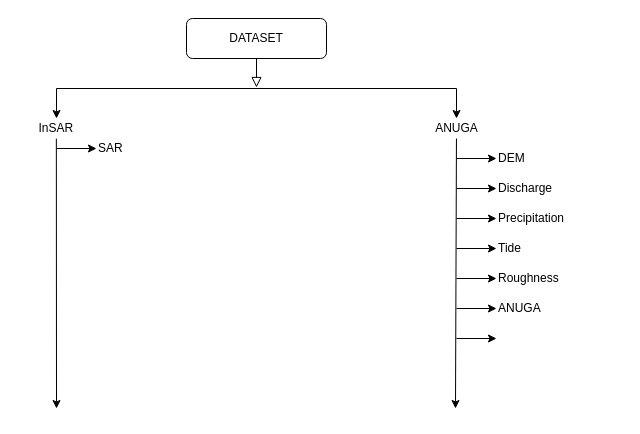
Earlier version of the draw.io diagram page "Page-2" (2 of 2) of docs/Untitled Diagram.drawio (durerimon/anuga_core). Source tidied: cells renumbered, new cells numbered last; positions are measured from the earlier drawing's top-left corner, leaving out a move shared by most shapes. Both pictures are drawn from the tidied source at 100%, with x=0, y=0 at pixel (32, 18).
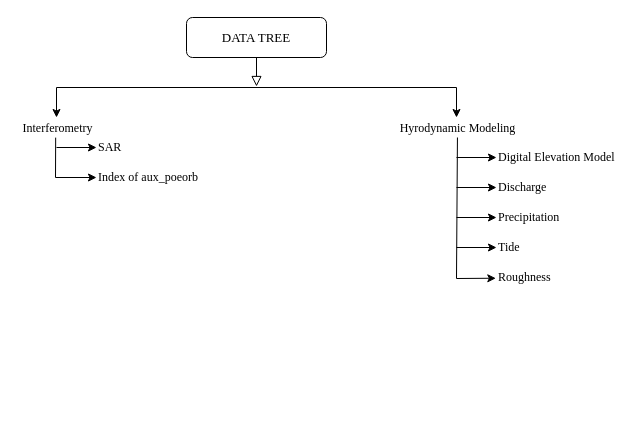
The same page after the edit.

Diff of the diagram source:
```diff
@@
-    <mxCell id="2" value="DATASET" style="rounded=1;whiteSpace=wrap;html=1;" parent="1" vertex="1">
-      <mxGeometry x="154" width="140" height="40" as="geometry" />
+    <mxCell id="2" value="DATA TREE" style="rounded=1;whiteSpace=wrap;html=1;fontFamily=Times New Roman;fontSize=13;" parent="1" vertex="1">
+      <mxGeometry x="154" y="-1" width="140" height="40" as="geometry" />
     </mxCell>
-    <mxCell id="3" style="endArrow=none;html=1;rounded=0;" parent="1" edge="1">
+    <mxCell id="3" style="endArrow=none;html=1;rounded=0;fontFamily=Times New Roman;" parent="1" edge="1">
       <mxGeometry relative="1" as="geometry">
-        <mxPoint x="24" y="70" as="sourcePoint" />
-        <mxPoint x="424" y="70" as="targetPoint" />
+        <mxPoint x="24" y="69" as="sourcePoint" />
+        <mxPoint x="424" y="69" as="targetPoint" />
       </mxGeometry>
     </mxCell>
-    <mxCell id="4" style="endArrow=classic;html=1;rounded=0;" parent="1" edge="1">
+    <mxCell id="4" style="endArrow=classic;html=1;rounded=0;fontFamily=Times New Roman;" parent="1" edge="1">
       <mxGeometry relative="1" as="geometry">
-        <mxPoint x="24" y="70" as="sourcePoint" />
-        <mxPoint x="24" y="100" as="targetPoint" />
+        <mxPoint x="24" y="69" as="sourcePoint" />
+        <mxPoint x="24" y="99" as="targetPoint" />
       </mxGeometry>
     </mxCell>
-    <mxCell id="5" style="endArrow=classic;html=1;rounded=0;" parent="1" edge="1">
+    <mxCell id="5" style="endArrow=classic;html=1;rounded=0;fontFamily=Times New Roman;" parent="1" edge="1">
       <mxGeometry relative="1" as="geometry">
-        <mxPoint x="424" y="70" as="sourcePoint" />
-        <mxPoint x="424" y="100" as="targetPoint" />
+        <mxPoint x="424" y="69" as="sourcePoint" />
+        <mxPoint x="424" y="99" as="targetPoint" />
       </mxGeometry>
     </mxCell>
     <mxCell id="6" style="rounded=0;html=1;jettySize=auto;fontSize=13;endArrow=block;endFill=0;endSize=8;strokeWidth=1;shadow=0;labelBackgroundColor=none;edgeStyle=orthogonalEdgeStyle;fontFamily=Times New Roman;exitX=0.5;exitY=1;exitDx=0;exitDy=0;" parent="1" edge="1" source="2">
       <mxGeometry relative="1" as="geometry">
-        <mxPoint x="224" y="69" as="targetPoint" />
+        <mxPoint x="224" y="68" as="targetPoint" />
       </mxGeometry>
     </mxCell>
-    <mxCell id="7" value="InSAR&amp;nbsp;" style="text;html=1;align=center;verticalAlign=middle;points=[];fillColor=none;strokeColor=none;rounded=0;" parent="1" vertex="1">
-      <mxGeometry y="100" width="50" height="20" as="geometry" />
+    <mxCell id="7" value="Interferometry" style="text;html=1;align=center;verticalAlign=middle;points=[];fillColor=none;strokeColor=none;rounded=0;fontSize=12;fontFamily=Times New Roman;" parent="1" vertex="1">
+      <mxGeometry x="-15" y="101" width="80" height="18" as="geometry" />
     </mxCell>
-    <mxCell id="8" value="ANUGA" style="text;html=1;align=center;verticalAlign=middle;points=[];fillColor=none;strokeColor=none;rounded=0;" parent="1" vertex="1">
-      <mxGeometry x="394" y="100" width="60" height="20" as="geometry" />
+    <mxCell id="8" value="Hyrodynamic Modeling" style="text;html=1;align=center;verticalAlign=middle;points=[];fillColor=none;strokeColor=none;rounded=0;fontSize=12;fontFamily=Times New Roman;" parent="1" vertex="1">
+      <mxGeometry x="362" y="101" width="126" height="18" as="geometry" />
     </mxCell>
-    <mxCell id="9" style="endArrow=classic;html=1;rounded=0;exitX=0.477;exitY=1.007;exitDx=0;exitDy=0;exitPerimeter=0;" parent="1" edge="1" source="7">
+    <mxCell id="9" style="endArrow=classic;html=1;rounded=0;exitX=0.477;exitY=1.007;exitDx=0;exitDy=0;exitPerimeter=0;fontFamily=Times New Roman;" parent="1" edge="1" source="7">
       <mxGeometry relative="1" as="geometry">
-        <mxPoint x="24" y="390" as="targetPoint" />
+        <mxPoint x="64" y="159" as="targetPoint" />
+        <Array as="points">
+          <mxPoint x="23" y="159" />
+        </Array>
       </mxGeometry>
     </mxCell>
-    <mxCell id="10" style="endArrow=classic;html=1;rounded=0;" parent="1" edge="1" source="8">
+    <mxCell id="10" style="endArrow=classic;html=1;rounded=0;entryX=-0.011;entryY=0.541;entryDx=0;entryDy=0;entryPerimeter=0;fontFamily=Times New Roman;" parent="1" edge="1" source="8" target="22">
       <mxGeometry relative="1" as="geometry">
-        <mxPoint x="423" y="390" as="targetPoint" />
+        <Array as="points">
+          <mxPoint x="424" y="260" />
+        </Array>
       </mxGeometry>
     </mxCell>
-    <mxCell id="11" style="endArrow=classic;html=1;rounded=0;" parent="1" edge="1">
+    <mxCell id="11" style="endArrow=classic;html=1;rounded=0;fontFamily=Times New Roman;" parent="1" edge="1">
       <mxGeometry relative="1" as="geometry">
-        <mxPoint x="424" y="140" as="sourcePoint" />
-        <mxPoint x="464" y="140" as="targetPoint" />
+        <mxPoint x="424" y="139" as="sourcePoint" />
+        <mxPoint x="464" y="139" as="targetPoint" />
       </mxGeometry>
     </mxCell>
-    <mxCell id="12" style="endArrow=classic;html=1;rounded=0;" parent="1" edge="1">
+    <mxCell id="12" style="endArrow=classic;html=1;rounded=0;fontFamily=Times New Roman;" parent="1" edge="1">
       <mxGeometry relative="1" as="geometry">
-        <mxPoint x="24" y="130" as="sourcePoint" />
-        <mxPoint x="64" y="130" as="targetPoint" />
+        <mxPoint x="24" y="129" as="sourcePoint" />
+        <mxPoint x="64" y="129" as="targetPoint" />
       </mxGeometry>
     </mxCell>
-    <mxCell id="13" style="endArrow=classic;html=1;rounded=0;" parent="1" edge="1">
+    <mxCell id="13" style="endArrow=classic;html=1;rounded=0;fontFamily=Times New Roman;" parent="1" edge="1">
       <mxGeometry relative="1" as="geometry">
-        <mxPoint x="424" y="170" as="sourcePoint" />
-        <mxPoint x="464" y="170" as="targetPoint" />
+        <mxPoint x="424" y="169" as="sourcePoint" />
+        <mxPoint x="464" y="169" as="targetPoint" />
       </mxGeometry>
     </mxCell>
-    <mxCell id="14" style="endArrow=classic;html=1;rounded=0;" parent="1" edge="1">
+    <mxCell id="14" style="endArrow=classic;html=1;rounded=0;fontFamily=Times New Roman;" parent="1" edge="1">
       <mxGeometry relative="1" as="geometry">
-        <mxPoint x="424" y="200" as="sourcePoint" />
-        <mxPoint x="464" y="200" as="targetPoint" />
+        <mxPoint x="424" y="199" as="sourcePoint" />
+        <mxPoint x="464" y="199" as="targetPoint" />
       </mxGeometry>
     </mxCell>
-    <mxCell id="15" style="endArrow=classic;html=1;rounded=0;" parent="1" edge="1">
+    <mxCell id="15" style="endArrow=classic;html=1;rounded=0;fontFamily=Times New Roman;" parent="1" edge="1">
       <mxGeometry relative="1" as="geometry">
-        <mxPoint x="424" y="230" as="sourcePoint" />
-        <mxPoint x="464" y="230" as="targetPoint" />
+        <mxPoint x="424" y="229" as="sourcePoint" />
+        <mxPoint x="464" y="229" as="targetPoint" />
       </mxGeometry>
     </mxCell>
-    <mxCell id="16" style="endArrow=classic;html=1;rounded=0;" parent="1" edge="1">
-      <mxGeometry relative="1" as="geometry">
-        <mxPoint x="424" y="260" as="sourcePoint" />
-        <mxPoint x="464" y="260" as="targetPoint" />
-      </mxGeometry>
-    </mxCell>
-    <mxCell id="17" style="endArrow=classic;html=1;rounded=0;" parent="1" edge="1">
-      <mxGeometry relative="1" as="geometry">
-        <mxPoint x="424" y="290" as="sourcePoint" />
-        <mxPoint x="464" y="290" as="targetPoint" />
-      </mxGeometry>
-    </mxCell>
-    <mxCell id="18" style="endArrow=classic;html=1;rounded=0;" parent="1" edge="1">
-      <mxGeometry relative="1" as="geometry">
-        <mxPoint x="424" y="320" as="sourcePoint" />
-        <mxPoint x="464" y="320" as="targetPoint" />
-      </mxGeometry>
-    </mxCell>
-    <mxCell id="19" value="DEM" style="text;html=1;align=left;verticalAlign=middle;fillColor=none;strokeColor=none;rounded=0;" parent="1" vertex="1">
-      <mxGeometry x="464" y="130" width="40" height="20" as="geometry" />
+    <mxCell id="19" value="Digital Elevation Model" style="text;html=1;align=left;verticalAlign=middle;fillColor=none;strokeColor=none;rounded=0;fontFamily=Times New Roman;" parent="1" vertex="1">
+      <mxGeometry x="464" y="130" width="127" height="18" as="geometry" />
     </mxCell>
-    <mxCell id="20" value="Discharge" style="text;html=1;align=left;verticalAlign=middle;fillColor=none;strokeColor=none;rounded=0;" parent="1" vertex="1">
-      <mxGeometry x="464" y="160" width="70" height="20" as="geometry" />
+    <mxCell id="20" value="Discharge" style="text;html=1;align=left;verticalAlign=middle;fillColor=none;strokeColor=none;rounded=0;fontFamily=Times New Roman;" parent="1" vertex="1">
+      <mxGeometry x="464" y="160" width="58" height="18" as="geometry" />
     </mxCell>
-    <mxCell id="21" value="Precipitation" style="text;html=1;align=left;verticalAlign=middle;fillColor=none;strokeColor=none;rounded=0;" parent="1" vertex="1">
-      <mxGeometry x="464" y="190" width="80" height="20" as="geometry" />
+    <mxCell id="21" value="Precipitation" style="text;html=1;align=left;verticalAlign=middle;fillColor=none;strokeColor=none;rounded=0;fontFamily=Times New Roman;" parent="1" vertex="1">
+      <mxGeometry x="464" y="190" width="71" height="18" as="geometry" />
     </mxCell>
-    <mxCell id="22" value="Roughness" style="text;html=1;align=left;verticalAlign=middle;points=[];fillColor=none;strokeColor=none;rounded=0;" parent="1" vertex="1">
-      <mxGeometry x="464" y="250" width="80" height="20" as="geometry" />
+    <mxCell id="22" value="Roughness" style="text;html=1;align=left;verticalAlign=middle;points=[];fillColor=none;strokeColor=none;rounded=0;fontFamily=Times New Roman;" parent="1" vertex="1">
+      <mxGeometry x="464" y="250" width="63" height="18" as="geometry" />
     </mxCell>
-    <mxCell id="23" value="Tide" style="text;html=1;align=left;verticalAlign=middle;fillColor=none;strokeColor=none;rounded=0;" parent="1" vertex="1">
-      <mxGeometry x="464" y="220" width="40" height="20" as="geometry" />
+    <mxCell id="23" value="Tide" style="text;html=1;align=left;verticalAlign=middle;fillColor=none;strokeColor=none;rounded=0;fontFamily=Times New Roman;" parent="1" vertex="1">
+      <mxGeometry x="464" y="220" width="32" height="18" as="geometry" />
     </mxCell>
-    <mxCell id="24" value="ANUGA" style="text;html=1;align=left;verticalAlign=middle;fillColor=none;strokeColor=none;rounded=0;" parent="1" vertex="1">
-      <mxGeometry x="464" y="280" width="60" height="20" as="geometry" />
+    <mxCell id="24" value="Index of aux_poeorb" style="text;html=1;align=left;verticalAlign=middle;fillColor=none;strokeColor=none;rounded=0;fontFamily=Times New Roman;" parent="1" vertex="1">
+      <mxGeometry x="64" y="150" width="110" height="18" as="geometry" />
     </mxCell>
-    <mxCell id="25" value="SAR" style="text;html=1;align=left;verticalAlign=middle;fillColor=none;strokeColor=none;rounded=0;" parent="1" vertex="1">
-      <mxGeometry x="64" y="120" width="40" height="20" as="geometry" />
+    <mxCell id="25" value="SAR" style="text;html=1;align=left;verticalAlign=middle;fillColor=none;strokeColor=none;rounded=0;fontFamily=Times New Roman;" parent="1" vertex="1">
+      <mxGeometry x="64" y="120" width="33" height="18" as="geometry" />
     </mxCell>
```
